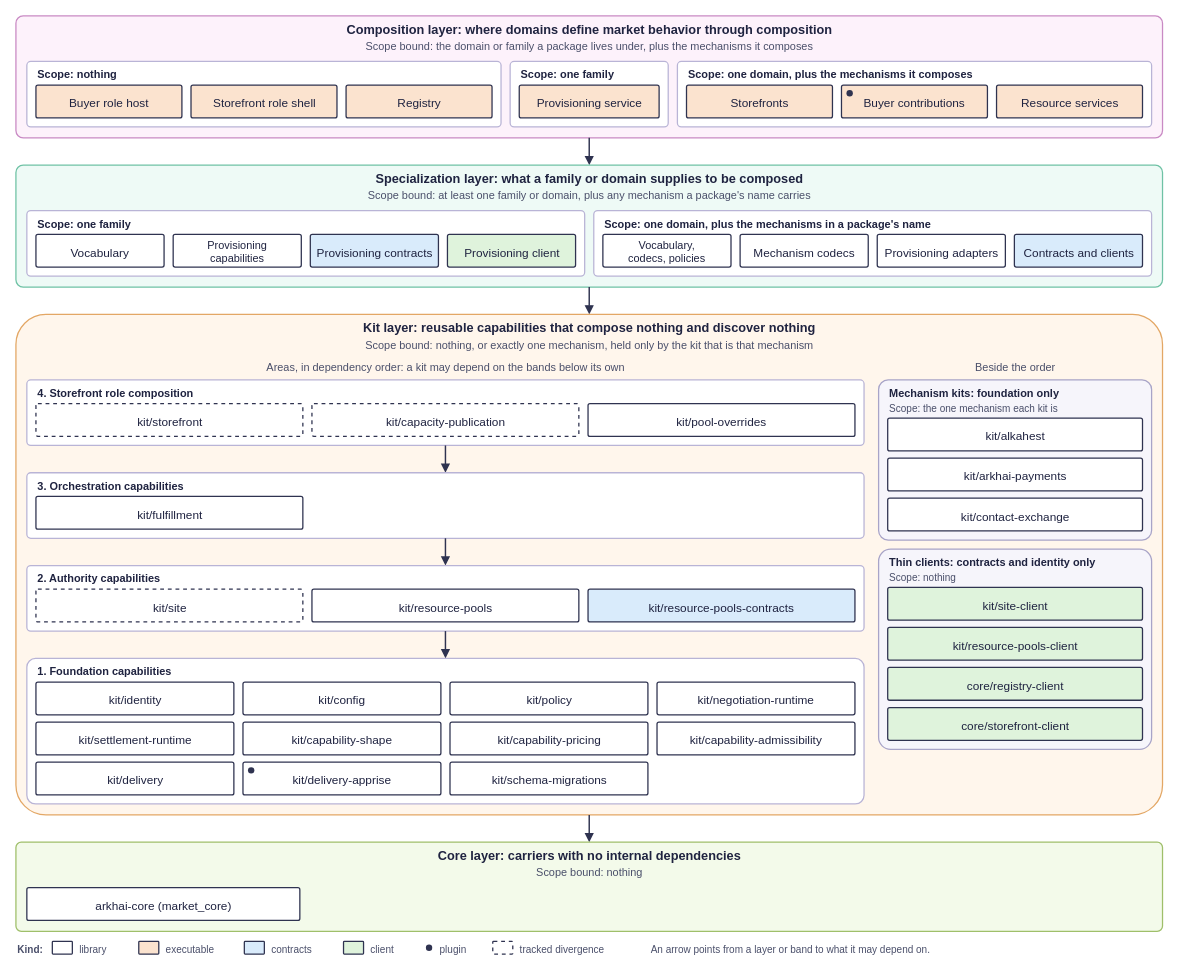
Before: docs/development/diagrams/kit-areas.drawio in arkhai-io/simple-compute-market, a draw.io diagram. Source tidied: cells renumbered, new cells numbered last; positions are measured from the earlier drawing's top-left corner, leaving out a move shared by most shapes. Both pictures are drawn from the tidied source at 91%, with x=0, y=0 at pixel (15, 15).
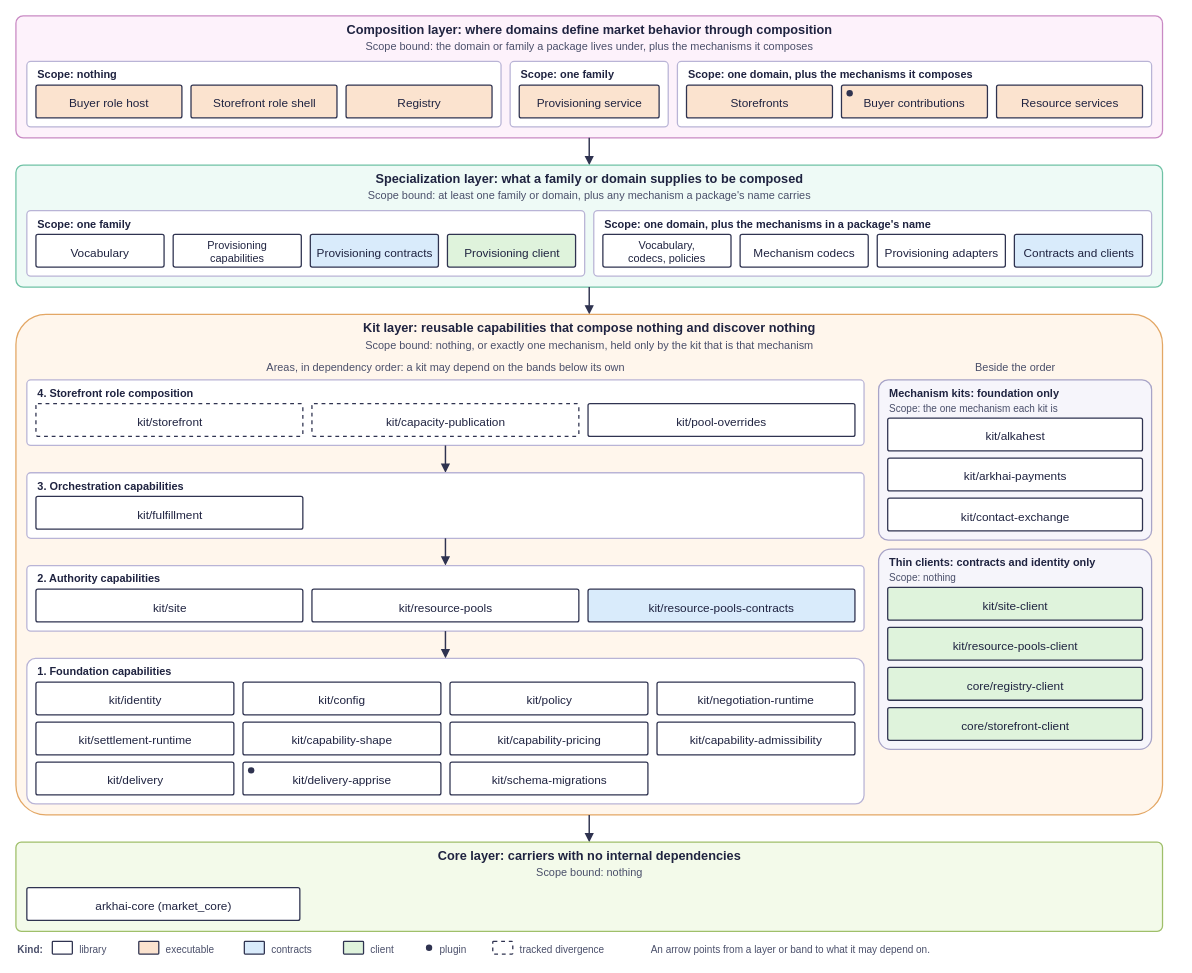
The same page after the edit.

Diff of the diagram source:
```diff
@@
-    <mxCell id="74" style="rounded=1;arcSize=6;whiteSpace=wrap;html=1;fillColor=#ffffff;strokeColor=#2f3350;strokeWidth=1.4;dashed=1;" parent="1" vertex="1">
+    <mxCell id="74" style="rounded=1;arcSize=6;whiteSpace=wrap;html=1;fillColor=#ffffff;strokeColor=#2f3350;strokeWidth=1.4;" parent="1" vertex="1">
       <mxGeometry x="22" y="630" width="293.3" height="36" as="geometry" />
     </mxCell>
```
